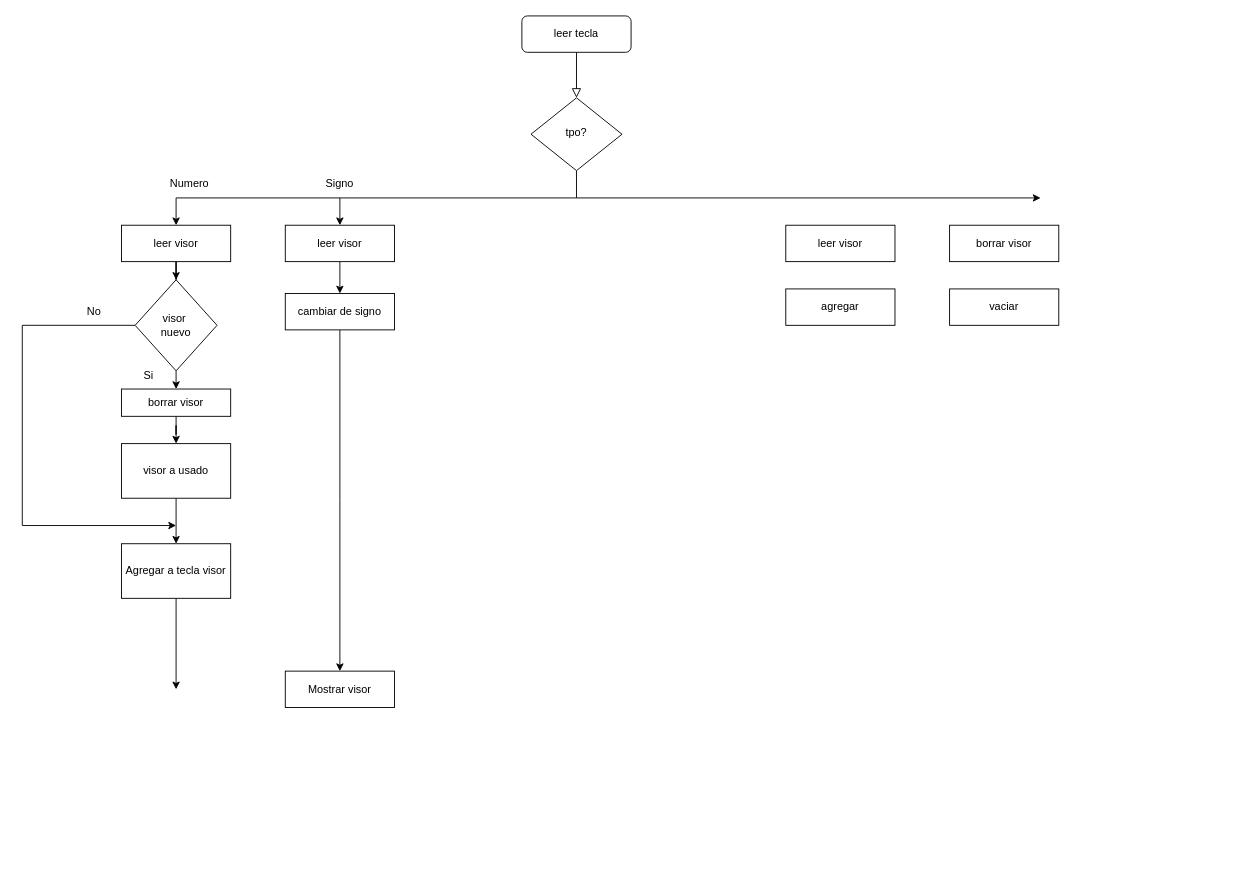
Before: Diagrama sin título.drawio in Macata47/P3-CALCULADORA-FINANCIERA, a draw.io diagram. Source tidied: cells renumbered, new cells numbered last; positions are measured from the earlier drawing's top-left corner, leaving out a move shared by most shapes. Both pictures are drawn from the tidied source at 91%, with x=0, y=0 at pixel (22, 15).
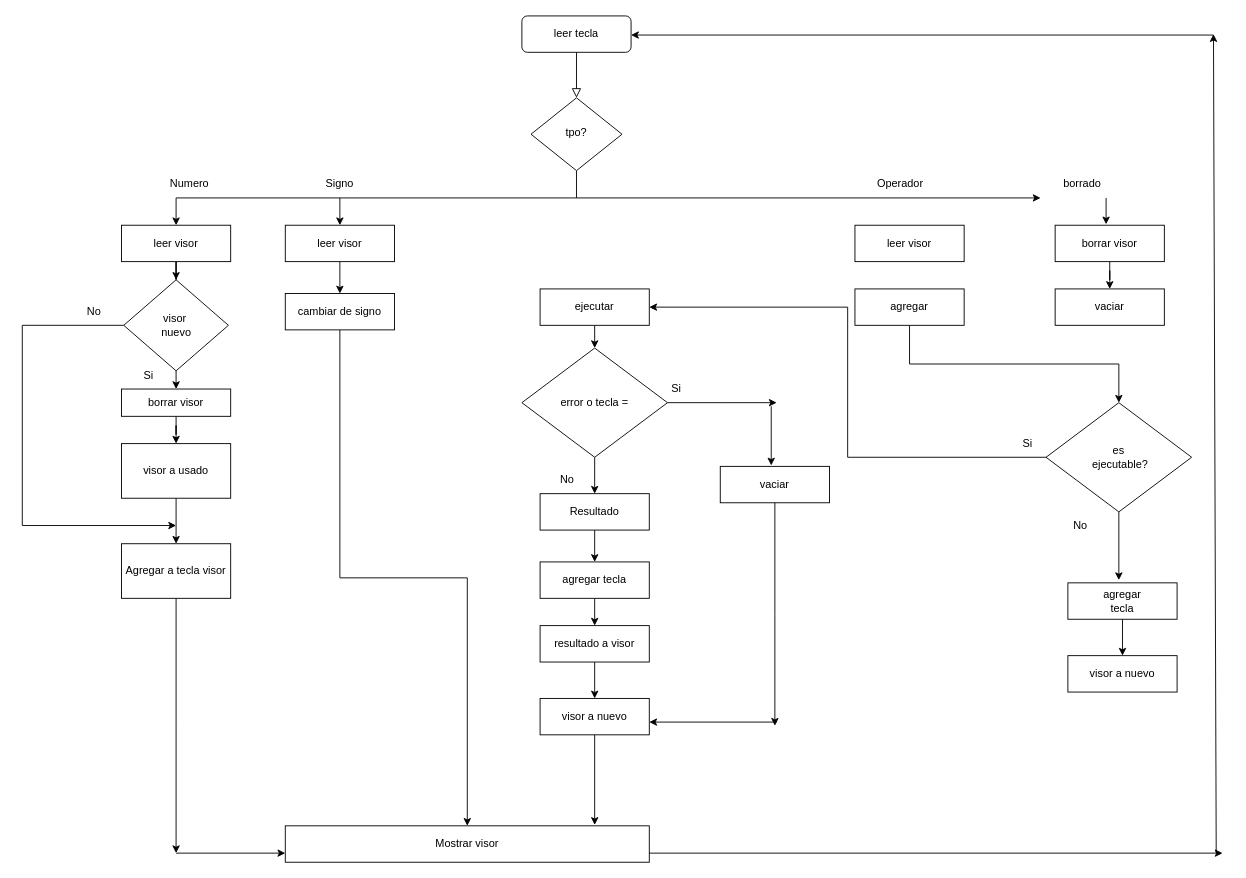
After the change.

The change refers to these unchanged cells:
```xml
<mxCell id="16" value="Agregar a tecla visor" style="rounded=0;whiteSpace=wrap;html=1;" parent="1" vertex="1">
  <mxGeometry x="109" y="580" width="120" height="60" as="geometry" />
</mxCell>
<mxCell id="24" value="cambiar de signo" style="rounded=0;whiteSpace=wrap;html=1;" parent="1" vertex="1">
  <mxGeometry x="289" y="305" width="120" height="40" as="geometry" />
</mxCell>
```

Diff of the diagram source:
```diff
@@
     <mxCell id="10" value="visor&amp;nbsp;&lt;br&gt;nuevo&lt;br&gt;" style="rhombus;whiteSpace=wrap;html=1;" parent="1" vertex="1">
-      <mxGeometry x="124" y="290" width="90" height="100" as="geometry" />
+      <mxGeometry x="111.5" y="290" width="115" height="100" as="geometry" />
     </mxCell>
@@
     <mxCell id="15" style="edgeStyle=orthogonalEdgeStyle;rounded=0;jettySize=auto;html=1;" parent="1" edge="1" source="16">
       <mxGeometry relative="1" as="geometry">
-        <mxPoint x="169" y="740" as="targetPoint" />
+        <mxPoint x="169" y="920" as="targetPoint" />
       </mxGeometry>
     </mxCell>
@@
-    <mxCell id="23" style="edgeStyle=orthogonalEdgeStyle;rounded=0;jettySize=auto;html=1;" parent="1" edge="1" source="24">
-      <mxGeometry relative="1" as="geometry">
-        <mxPoint x="349" y="720" as="targetPoint" />
-      </mxGeometry>
+    <mxCell id="23" style="edgeStyle=orthogonalEdgeStyle;rounded=0;jettySize=auto;html=1;entryX=0.5;entryY=0;entryDx=0;entryDy=0;" parent="1" edge="1" source="24" target="26">
+      <mxGeometry relative="1" as="geometry" />
     </mxCell>
@@
     <mxCell id="26" value="Mostrar visor" style="rounded=0;whiteSpace=wrap;html=1;" parent="1" vertex="1">
-      <mxGeometry x="289" y="720" width="120" height="40" as="geometry" />
+      <mxGeometry x="289" y="890" width="400" height="40" as="geometry" />
     </mxCell>
@@
     <mxCell id="28" value="leer visor" style="rounded=0;whiteSpace=wrap;html=1;" parent="1" vertex="1">
-      <mxGeometry x="839" y="230" width="120" height="40" as="geometry" />
+      <mxGeometry x="915" y="230" width="120" height="40" as="geometry" />
     </mxCell>
+    <mxCell id="32" style="edgeStyle=orthogonalEdgeStyle;rounded=0;jettySize=auto;html=1;" parent="1" edge="1" source="29" target="31">
+      <mxGeometry relative="1" as="geometry" />
+    </mxCell>
     <mxCell id="29" value="borrar visor" style="rounded=0;whiteSpace=wrap;html=1;" parent="1" vertex="1">
-      <mxGeometry x="1019" y="230" width="120" height="40" as="geometry" />
+      <mxGeometry x="1135" y="230" width="120" height="40" as="geometry" />
     </mxCell>
+    <mxCell id="33" style="edgeStyle=orthogonalEdgeStyle;rounded=0;jettySize=auto;html=1;exitX=0.5;exitY=1;exitDx=0;exitDy=0;entryX=0.5;entryY=0;entryDx=0;entryDy=0;" parent="1" edge="1" source="30" target="37">
+      <mxGeometry relative="1" as="geometry" />
+    </mxCell>
     <mxCell id="30" value="agregar" style="rounded=0;whiteSpace=wrap;html=1;" parent="1" vertex="1">
-      <mxGeometry x="839" y="300" width="120" height="40" as="geometry" />
+      <mxGeometry x="915" y="300" width="120" height="40" as="geometry" />
     </mxCell>
     <mxCell id="31" value="vaciar" style="rounded=0;whiteSpace=wrap;html=1;" parent="1" vertex="1">
-      <mxGeometry x="1019" y="300" width="120" height="40" as="geometry" />
+      <mxGeometry x="1135" y="300" width="120" height="40" as="geometry" />
     </mxCell>
+    <mxCell id="34" style="endArrow=classic;html=1;rounded=0;entryX=0.442;entryY=-0.025;entryDx=0;entryDy=0;entryPerimeter=0;" parent="1" edge="1">
+      <mxGeometry relative="1" as="geometry">
+        <mxPoint x="1191" y="200" as="sourcePoint" />
+        <mxPoint x="1191" y="229" as="targetPoint" />
+      </mxGeometry>
+    </mxCell>
+    <mxCell id="35" style="edgeStyle=orthogonalEdgeStyle;rounded=0;jettySize=auto;html=1;exitX=0;exitY=0.5;exitDx=0;exitDy=0;entryX=1;entryY=0.5;entryDx=0;entryDy=0;" parent="1" edge="1" source="37" target="44">
+      <mxGeometry relative="1" as="geometry" />
+    </mxCell>
+    <mxCell id="36" style="edgeStyle=orthogonalEdgeStyle;rounded=0;jettySize=auto;html=1;exitX=0.5;exitY=1;exitDx=0;exitDy=0;" parent="1" edge="1" source="37">
+      <mxGeometry relative="1" as="geometry">
+        <mxPoint x="1205" y="620" as="targetPoint" />
+      </mxGeometry>
+    </mxCell>
+    <mxCell id="37" value="es&lt;br&gt;&amp;nbsp;ejecutable?" style="rhombus;whiteSpace=wrap;html=1;" parent="1" vertex="1">
+      <mxGeometry x="1125" y="425" width="160" height="120" as="geometry" />
+    </mxCell>
+    <mxCell id="38" value="Operador" style="text;html=1;strokeColor=none;fillColor=none;align=center;verticalAlign=middle;whiteSpace=wrap;rounded=0;" parent="1" vertex="1">
+      <mxGeometry x="935" y="170" width="60" height="30" as="geometry" />
+    </mxCell>
+    <mxCell id="39" value="borrado" style="text;html=1;strokeColor=none;fillColor=none;align=center;verticalAlign=middle;whiteSpace=wrap;rounded=0;" parent="1" vertex="1">
+      <mxGeometry x="1135" y="170" width="60" height="30" as="geometry" />
+    </mxCell>
+    <mxCell id="40" style="edgeStyle=orthogonalEdgeStyle;rounded=0;jettySize=auto;html=1;exitX=0.5;exitY=1;exitDx=0;exitDy=0;entryX=0.5;entryY=0;entryDx=0;entryDy=0;" parent="1" edge="1" source="41" target="42">
+      <mxGeometry relative="1" as="geometry" />
+    </mxCell>
+    <mxCell id="41" value="agregar&lt;br&gt;tecla&lt;br&gt;" style="rounded=0;whiteSpace=wrap;html=1;" parent="1" vertex="1">
+      <mxGeometry x="1149" y="623" width="120" height="40" as="geometry" />
+    </mxCell>
+    <mxCell id="42" value="visor a nuevo&lt;br&gt;" style="rounded=0;whiteSpace=wrap;html=1;" parent="1" vertex="1">
+      <mxGeometry x="1149" y="703" width="120" height="40" as="geometry" />
+    </mxCell>
+    <mxCell id="43" style="edgeStyle=orthogonalEdgeStyle;rounded=0;jettySize=auto;html=1;exitX=0.5;exitY=1;exitDx=0;exitDy=0;entryX=0.5;entryY=0;entryDx=0;entryDy=0;" parent="1" edge="1" source="44" target="47">
+      <mxGeometry relative="1" as="geometry" />
+    </mxCell>
+    <mxCell id="44" value="ejecutar" style="rounded=0;whiteSpace=wrap;html=1;" parent="1" vertex="1">
+      <mxGeometry x="569" y="300" width="120" height="40" as="geometry" />
+    </mxCell>
+    <mxCell id="45" style="edgeStyle=orthogonalEdgeStyle;rounded=0;jettySize=auto;html=1;exitX=0.5;exitY=1;exitDx=0;exitDy=0;entryX=0.5;entryY=0;entryDx=0;entryDy=0;" parent="1" edge="1" source="47" target="49">
+      <mxGeometry relative="1" as="geometry" />
+    </mxCell>
+    <mxCell id="46" style="edgeStyle=orthogonalEdgeStyle;rounded=0;jettySize=auto;html=1;exitX=1;exitY=0.5;exitDx=0;exitDy=0;" parent="1" edge="1" source="47">
+      <mxGeometry relative="1" as="geometry">
+        <mxPoint x="829" y="425" as="targetPoint" />
+      </mxGeometry>
+    </mxCell>
+    <mxCell id="47" value="error o tecla =" style="rhombus;whiteSpace=wrap;html=1;" parent="1" vertex="1">
+      <mxGeometry x="549" y="365" width="160" height="120" as="geometry" />
+    </mxCell>
+    <mxCell id="48" style="edgeStyle=orthogonalEdgeStyle;rounded=0;jettySize=auto;html=1;exitX=0.5;exitY=1;exitDx=0;exitDy=0;entryX=0.5;entryY=0;entryDx=0;entryDy=0;" parent="1" edge="1" source="49" target="51">
+      <mxGeometry relative="1" as="geometry" />
+    </mxCell>
+    <mxCell id="49" value="Resultado" style="rounded=0;whiteSpace=wrap;html=1;" parent="1" vertex="1">
+      <mxGeometry x="569" y="525" width="120" height="40" as="geometry" />
+    </mxCell>
+    <mxCell id="50" style="edgeStyle=orthogonalEdgeStyle;rounded=0;jettySize=auto;html=1;exitX=0.5;exitY=1;exitDx=0;exitDy=0;entryX=0.5;entryY=0;entryDx=0;entryDy=0;" parent="1" edge="1" source="51" target="53">
+      <mxGeometry relative="1" as="geometry" />
+    </mxCell>
+    <mxCell id="51" value="agregar tecla" style="rounded=0;whiteSpace=wrap;html=1;" parent="1" vertex="1">
+      <mxGeometry x="569" y="600" width="120" height="40" as="geometry" />
+    </mxCell>
+    <mxCell id="52" style="edgeStyle=orthogonalEdgeStyle;rounded=0;jettySize=auto;html=1;exitX=0.5;exitY=1;exitDx=0;exitDy=0;entryX=0.5;entryY=0;entryDx=0;entryDy=0;" parent="1" edge="1" source="53" target="56">
+      <mxGeometry relative="1" as="geometry" />
+    </mxCell>
+    <mxCell id="53" value="resultado a visor" style="rounded=0;whiteSpace=wrap;html=1;" parent="1" vertex="1">
+      <mxGeometry x="569" y="670" width="120" height="40" as="geometry" />
+    </mxCell>
+    <mxCell id="54" style="edgeStyle=orthogonalEdgeStyle;rounded=0;jettySize=auto;html=1;exitX=0.5;exitY=1;exitDx=0;exitDy=0;" parent="1" edge="1" source="55">
+      <mxGeometry relative="1" as="geometry">
+        <mxPoint x="827" y="780" as="targetPoint" />
+      </mxGeometry>
+    </mxCell>
+    <mxCell id="55" value="vaciar" style="rounded=0;whiteSpace=wrap;html=1;" parent="1" vertex="1">
+      <mxGeometry x="767" y="495" width="120" height="40" as="geometry" />
+    </mxCell>
+    <mxCell id="56" value="visor a nuevo" style="rounded=0;whiteSpace=wrap;html=1;" parent="1" vertex="1">
+      <mxGeometry x="569" y="750" width="120" height="40" as="geometry" />
+    </mxCell>
+    <mxCell id="57" style="endArrow=classic;html=1;rounded=0;entryX=0;entryY=0.75;entryDx=0;entryDy=0;" parent="1" edge="1" target="26">
+      <mxGeometry relative="1" as="geometry">
+        <mxPoint x="169" y="920" as="sourcePoint" />
+      </mxGeometry>
+    </mxCell>
+    <mxCell id="58" style="edgeStyle=orthogonalEdgeStyle;rounded=0;jettySize=auto;html=1;exitX=0.5;exitY=1;exitDx=0;exitDy=0;entryX=0.85;entryY=-0.025;entryDx=0;entryDy=0;entryPerimeter=0;" parent="1" edge="1" source="56" target="26">
+      <mxGeometry relative="1" as="geometry" />
+    </mxCell>
+    <mxCell id="59" value="No" style="text;html=1;strokeColor=none;fillColor=none;align=center;verticalAlign=middle;whiteSpace=wrap;rounded=0;" parent="1" vertex="1">
+      <mxGeometry x="569" y="495" width="60" height="30" as="geometry" />
+    </mxCell>
+    <mxCell id="60" value="Si" style="text;html=1;strokeColor=none;fillColor=none;align=center;verticalAlign=middle;whiteSpace=wrap;rounded=0;" parent="1" vertex="1">
+      <mxGeometry x="689" y="395" width="60" height="30" as="geometry" />
+    </mxCell>
+    <mxCell id="61" style="endArrow=classic;html=1;rounded=0;" parent="1" edge="1">
+      <mxGeometry relative="1" as="geometry">
+        <mxPoint x="823" y="429" as="sourcePoint" />
+        <mxPoint x="823" y="494" as="targetPoint" />
+      </mxGeometry>
+    </mxCell>
+    <mxCell id="62" style="endArrow=classic;html=1;rounded=0;entryX=1;entryY=0.75;entryDx=0;entryDy=0;" parent="1" edge="1">
+      <mxGeometry relative="1" as="geometry">
+        <mxPoint x="829" y="776" as="sourcePoint" />
+        <mxPoint x="689" y="776" as="targetPoint" />
+      </mxGeometry>
+    </mxCell>
+    <mxCell id="63" value="Si" style="text;html=1;strokeColor=none;fillColor=none;align=center;verticalAlign=middle;whiteSpace=wrap;rounded=0;" parent="1" vertex="1">
+      <mxGeometry x="1075" y="455" width="60" height="30" as="geometry" />
+    </mxCell>
+    <mxCell id="64" value="No" style="text;html=1;strokeColor=none;fillColor=none;align=center;verticalAlign=middle;whiteSpace=wrap;rounded=0;" parent="1" vertex="1">
+      <mxGeometry x="1133" y="545" width="60" height="30" as="geometry" />
+    </mxCell>
+    <mxCell id="65" style="endArrow=classic;html=1;rounded=0;" parent="1" edge="1">
+      <mxGeometry relative="1" as="geometry">
+        <mxPoint x="1312" y="920" as="sourcePoint" />
+        <mxPoint x="1309" y="20" as="targetPoint" />
+      </mxGeometry>
+    </mxCell>
+    <mxCell id="66" style="endArrow=classic;html=1;rounded=0;exitX=1;exitY=0.75;exitDx=0;exitDy=0;" parent="1" edge="1" source="26">
+      <mxGeometry relative="1" as="geometry">
+        <mxPoint x="1319" y="920" as="targetPoint" />
+      </mxGeometry>
+    </mxCell>
+    <mxCell id="67" style="endArrow=classic;html=1;rounded=0;entryX=1;entryY=1;entryDx=0;entryDy=0;" parent="1" edge="1">
+      <mxGeometry relative="1" as="geometry">
+        <mxPoint x="1309" y="21" as="sourcePoint" />
+        <mxPoint x="669" y="21" as="targetPoint" />
+      </mxGeometry>
+    </mxCell>
```
